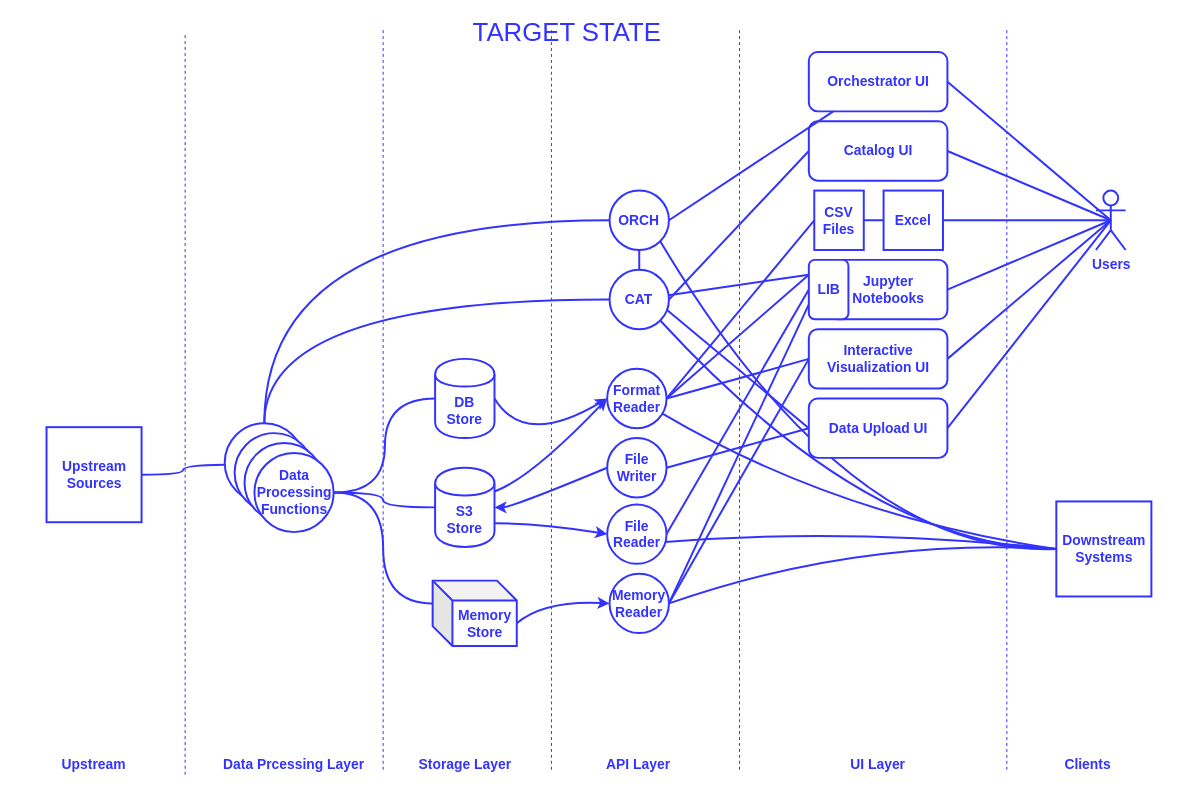
Earlier version of the draw.io diagram light-target-state.drawio (victor-kolesnikov/light-design). Source tidied: cells renumbered, new cells numbered last; positions are measured from the earlier drawing's top-left corner, leaving out a move shared by most shapes. Both pictures are drawn from the tidied source at 99%, with x=0, y=0 at pixel (17, 22).
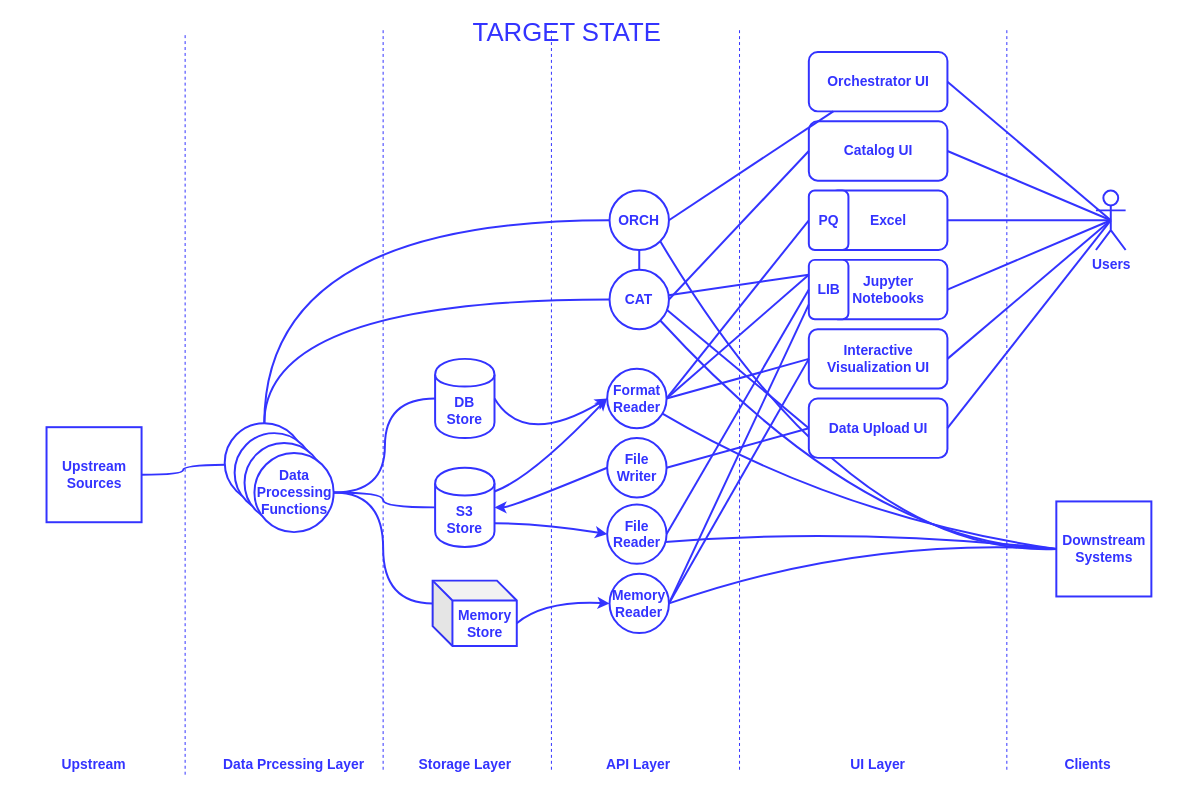
Above is the later version.

Unchanged cells that the change refers to:
```xml
<mxCell id="4" value="&lt;div&gt;&lt;font style=&quot;font-size: 14px&quot;&gt;&lt;b&gt;&lt;font style=&quot;font-size: 14px&quot; color=&quot;#3333FF&quot;&gt;Format&lt;br&gt;&lt;/font&gt;&lt;/b&gt;&lt;/font&gt;&lt;/div&gt;&lt;div&gt;&lt;font style=&quot;font-size: 14px&quot;&gt;&lt;b&gt;&lt;font style=&quot;font-size: 14px&quot; color=&quot;#3333FF&quot;&gt;Reader &lt;br&gt;&lt;/font&gt;&lt;/b&gt;&lt;/font&gt;&lt;/div&gt;" style="ellipse;whiteSpace=wrap;html=1;strokeColor=#3333FF;strokeWidth=2;fillColor=#FFFFFF;" parent="1" vertex="1">
  <mxGeometry x="595.8" y="350" width="60" height="60" as="geometry" />
</mxCell>
<mxCell id="17" value="&lt;font size=&quot;1&quot; color=&quot;#3333FF&quot;&gt;&lt;b style=&quot;font-size: 14px&quot;&gt;Users&lt;/b&gt;&lt;/font&gt;" style="shape=umlActor;verticalLabelPosition=bottom;labelBackgroundColor=#ffffff;verticalAlign=top;html=1;strokeColor=#3333FF;strokeWidth=2;fillColor=#FFFFFF;" parent="1" vertex="1">
  <mxGeometry x="1089.5" y="170" width="30" height="60" as="geometry" />
</mxCell>
```

Diff of the diagram source:
```diff
@@
-    <mxCell id="30" value="&lt;font size=&quot;1&quot; color=&quot;#3333FF&quot;&gt;&lt;b style=&quot;font-size: 14px&quot;&gt;Excel &lt;br&gt;&lt;/b&gt;&lt;/font&gt;" style="rounded=0;whiteSpace=wrap;html=1;strokeColor=#3333FF;strokeWidth=2;fillColor=#FFFFFF;" parent="1" vertex="1">
-      <mxGeometry x="875" y="170" width="60" height="60" as="geometry" />
-    </mxCell>
-    <mxCell id="31" style="endArrow=none;html=1;strokeColor=#3333FF;strokeWidth=2;exitX=1;exitY=0.5;exitDx=0;exitDy=0;entryX=0;entryY=0.5;entryDx=0;entryDy=0;endFill=0;" parent="1" edge="1" source="4" target="72">
+    <mxCell id="31" style="endArrow=none;html=1;strokeColor=#3333FF;strokeWidth=2;exitX=1;exitY=0.5;exitDx=0;exitDy=0;entryX=0;entryY=0.5;entryDx=0;entryDy=0;endFill=0;" parent="1" edge="1" source="4" target="73">
       <mxGeometry relative="1" as="geometry" />
     </mxCell>
-    <mxCell id="32" style="endArrow=none;html=1;strokeColor=#3333FF;strokeWidth=2;entryX=1;entryY=0.5;entryDx=0;entryDy=0;exitX=0.5;exitY=0.5;exitDx=0;exitDy=0;exitPerimeter=0;" parent="1" edge="1" source="17" target="30">
+    <mxCell id="32" style="endArrow=none;html=1;strokeColor=#3333FF;strokeWidth=2;entryX=0.963;entryY=0.5;entryDx=0;entryDy=0;exitX=0.5;exitY=0.5;exitDx=0;exitDy=0;exitPerimeter=0;entryPerimeter=0;" parent="1" edge="1" source="17" target="30">
       <mxGeometry relative="1" as="geometry" />
     </mxCell>
@@
-    <mxCell id="71" style="edgeStyle=orthogonalEdgeStyle;rounded=0;jettySize=auto;html=1;exitX=1;exitY=0.5;exitDx=0;exitDy=0;strokeColor=#3333FF;strokeWidth=2;endArrow=none;endFill=0;" parent="1" edge="1" source="72" target="30">
-      <mxGeometry relative="1" as="geometry" />
-    </mxCell>
-    <mxCell id="72" value="&lt;div style=&quot;font-size: 14px;&quot;&gt;CSV&lt;/div&gt;&lt;div style=&quot;font-size: 14px;&quot;&gt;Files&lt;br style=&quot;font-size: 14px;&quot;&gt;&lt;/div&gt;" style="rounded=0;whiteSpace=wrap;html=1;strokeColor=#3333FF;strokeWidth=2;fontStyle=1;fontSize=14;fontColor=#3333FF;" parent="1" vertex="1">
-      <mxGeometry x="805" y="170" width="50" height="60" as="geometry" />
-    </mxCell>
+    <mxCell id="30" value="&lt;font style=&quot;font-size: 14px&quot;&gt;&lt;b&gt;&lt;font style=&quot;font-size: 14px&quot; color=&quot;#3333FF&quot;&gt;Excel&lt;/font&gt;&lt;/b&gt;&lt;/font&gt;" style="rounded=1;whiteSpace=wrap;html=1;strokeColor=#3333FF;strokeWidth=2;fillColor=#FFFFFF;" parent="1" vertex="1">
+      <mxGeometry x="819.5" y="170" width="120" height="60" as="geometry" />
+    </mxCell>
+    <mxCell id="73" value="&lt;font size=&quot;1&quot;&gt;&lt;b&gt;&lt;font style=&quot;font-size: 14px&quot; color=&quot;#3333FF&quot;&gt;PQ&lt;/font&gt;&lt;/b&gt;&lt;/font&gt;" style="rounded=1;whiteSpace=wrap;html=1;strokeColor=#3333FF;strokeWidth=2;fillColor=#FFFFFF;" parent="1" vertex="1">
+      <mxGeometry x="799.5" y="170" width="40" height="60" as="geometry" />
+    </mxCell>
```
